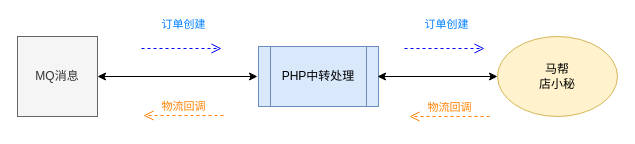
This is Untitled Diagram.drawio from whzywxt/books, a draw.io file, before an edit. Source tidied: cells renumbered, new cells numbered last; positions are measured from the earlier drawing's top-left corner, leaving out a move shared by most shapes. Both pictures are drawn from the tidied source at 100%, with x=0, y=0 at pixel (17, 36).
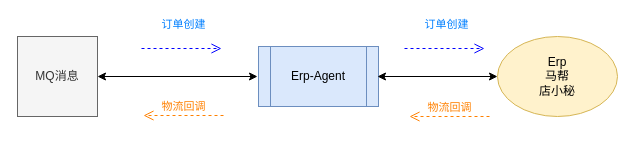
The same page after the edit.

Diff of the diagram source:
```diff
@@
 <mxGraphModel>
   <root>
     <mxCell id="0" />
     <mxCell id="1" parent="0" />
-    <mxCell id="2" value="PHP中转处理" style="shape=process;whiteSpace=wrap;html=1;backgroundOutline=1;fillColor=#dae8fc;strokeColor=#6c8ebf;" parent="1" vertex="1">
+    <mxCell id="2" value="Erp-Agent" style="shape=process;whiteSpace=wrap;html=1;backgroundOutline=1;fillColor=#dae8fc;strokeColor=#6c8ebf;" parent="1" vertex="1">
       <mxGeometry x="241" y="10" width="120" height="60" as="geometry" />
     </mxCell>
     <mxCell id="3" value="MQ消息" style="whiteSpace=wrap;html=1;fillColor=#f5f5f5;strokeColor=#666666;fontColor=#333333;" parent="1" vertex="1">
       <mxGeometry width="80" height="80" as="geometry" />
     </mxCell>
-    <mxCell id="4" value="马帮&lt;br&gt;店小秘" style="ellipse;whiteSpace=wrap;html=1;fillColor=#fff2cc;strokeColor=#d6b656;" parent="1" vertex="1">
+    <mxCell id="4" value="Erp&lt;br&gt;马帮&lt;br&gt;店小秘" style="ellipse;whiteSpace=wrap;html=1;fillColor=#fff2cc;strokeColor=#d6b656;" parent="1" vertex="1">
       <mxGeometry x="480" width="120" height="80" as="geometry" />
     </mxCell>
     <mxCell id="5" style="endArrow=classic;startArrow=classic;html=1;exitX=0;exitY=0.5;exitDx=0;exitDy=0;" parent="1" edge="1" source="4">
       <mxGeometry relative="1" as="geometry">
         <mxPoint x="360" y="40" as="targetPoint" />
       </mxGeometry>
     </mxCell>
     <mxCell id="6" style="endArrow=classic;startArrow=classic;html=1;exitX=1;exitY=0.5;exitDx=0;exitDy=0;" parent="1" edge="1" source="3">
       <mxGeometry relative="1" as="geometry">
         <mxPoint x="240" y="40" as="targetPoint" />
       </mxGeometry>
     </mxCell>
     <mxCell id="7" value="&lt;font color=&quot;#ff8000&quot;&gt;物流回调&lt;/font&gt;" style="html=1;verticalAlign=bottom;endArrow=open;dashed=1;endSize=8;strokeColor=#FF8000;" parent="1" edge="1">
       <mxGeometry relative="1" as="geometry">
         <mxPoint x="206" y="79" as="sourcePoint" />
         <mxPoint x="126" y="79" as="targetPoint" />
       </mxGeometry>
     </mxCell>
     <mxCell id="8" value="&lt;font color=&quot;#ff8000&quot;&gt;物流回调&lt;/font&gt;" style="html=1;verticalAlign=bottom;endArrow=open;dashed=1;endSize=8;strokeColor=#FF8000;" parent="1" edge="1">
       <mxGeometry relative="1" as="geometry">
         <mxPoint x="472" y="80" as="sourcePoint" />
         <mxPoint x="392" y="80" as="targetPoint" />
       </mxGeometry>
     </mxCell>
     <mxCell id="9" value="&lt;font color=&quot;#007fff&quot;&gt;订单创建&lt;/font&gt;" style="html=1;verticalAlign=bottom;endArrow=open;dashed=1;endSize=8;fillColor=#f5f5f5;strokeColor=#0000FF;" parent="1" edge="1">
       <mxGeometry x="0.05" y="15" relative="1" as="geometry">
         <mxPoint x="124" y="12" as="sourcePoint" />
         <mxPoint x="204" y="12" as="targetPoint" />
       </mxGeometry>
     </mxCell>
     <mxCell id="10" value="&lt;font color=&quot;#007fff&quot;&gt;订单创建&lt;/font&gt;" style="html=1;verticalAlign=bottom;endArrow=open;dashed=1;endSize=8;fillColor=#f5f5f5;strokeColor=#0000FF;" parent="1" edge="1">
       <mxGeometry x="0.05" y="15" relative="1" as="geometry">
         <mxPoint x="387" y="12" as="sourcePoint" />
         <mxPoint x="467" y="12" as="targetPoint" />
       </mxGeometry>
     </mxCell>
   </root>
 </mxGraphModel>
```
